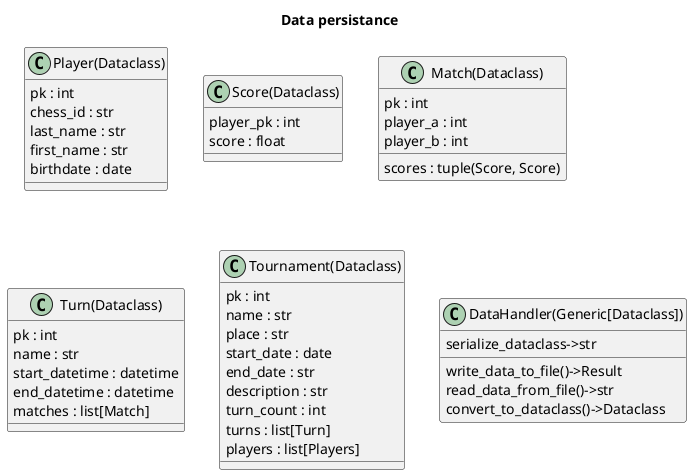
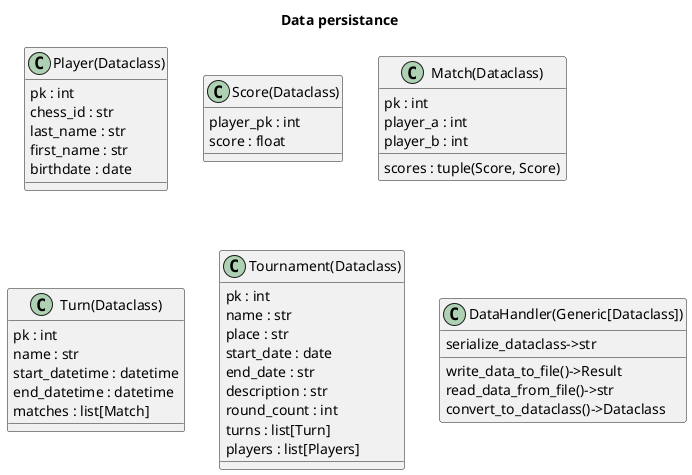
@startuml data_persistance
title Data persistance

class Player(Dataclass){
    pk : int
    chess_id : str
    last_name : str
    first_name : str
    birthdate : date
}

class Score(Dataclass){
    player_pk : int
    score : float
}

class Match(Dataclass){
    pk : int
    player_a : int
    player_b : int
    scores : tuple(Score, Score)
}

class Turn(Dataclass) {
    pk : int
    name : str
    start_datetime : datetime
    end_datetime : datetime
    matches : list[Match]
}

class Tournament(Dataclass){
    pk : int
    name : str
    place : str
    start_date : date
    end_date : str
    description : str
-     turn_count : int
+     round_count : int
    turns : list[Turn]
    players : list[Players]
}

class DataHandler(Generic[Dataclass]){
    write_data_to_file()->Result
    read_data_from_file()->str
    convert_to_dataclass()->Dataclass
    serialize_dataclass->str
}
@enduml
